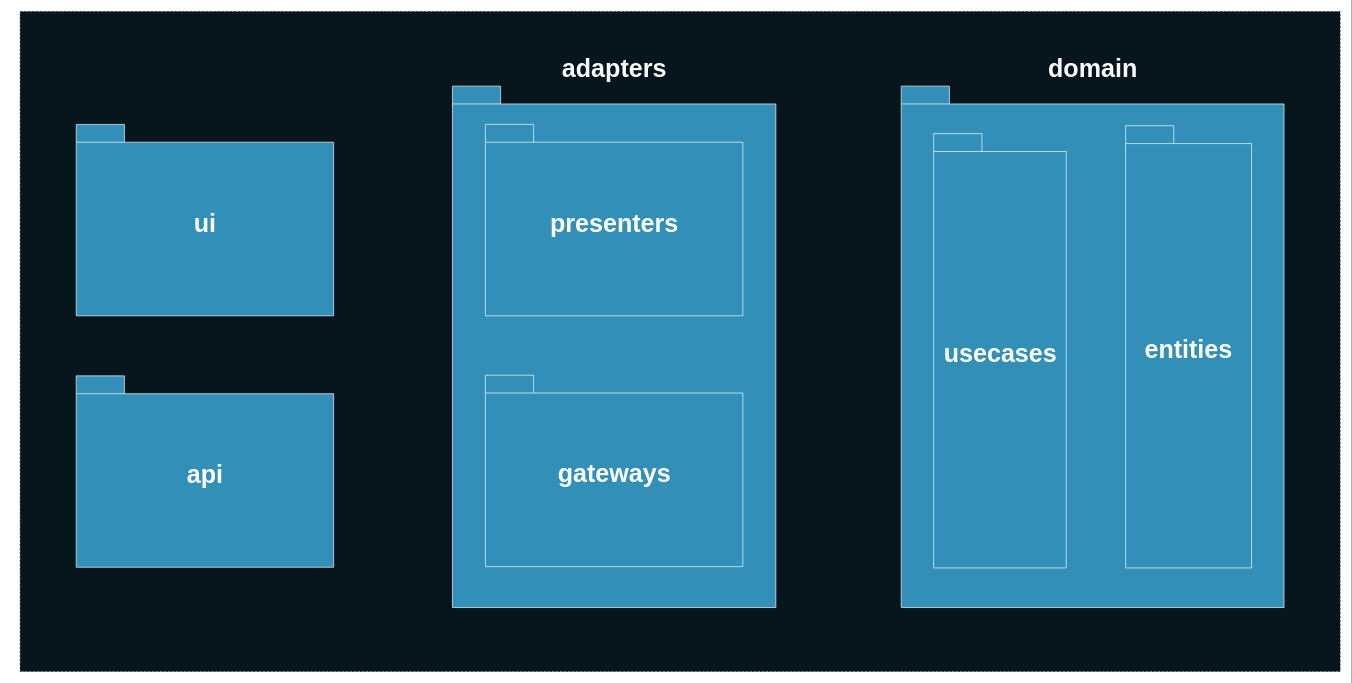
The draw.io diagram deck/ru/diagrams/packages.drawio in AlexanderLapygin/ca-react-rest-api-starter, before the edit. Source tidied: cells renumbered, new cells numbered last; positions are measured from the earlier drawing's top-left corner, leaving out a move shared by most shapes. Both pictures are drawn from the tidied source at 66%, with x=0, y=0 at pixel (20, 11).
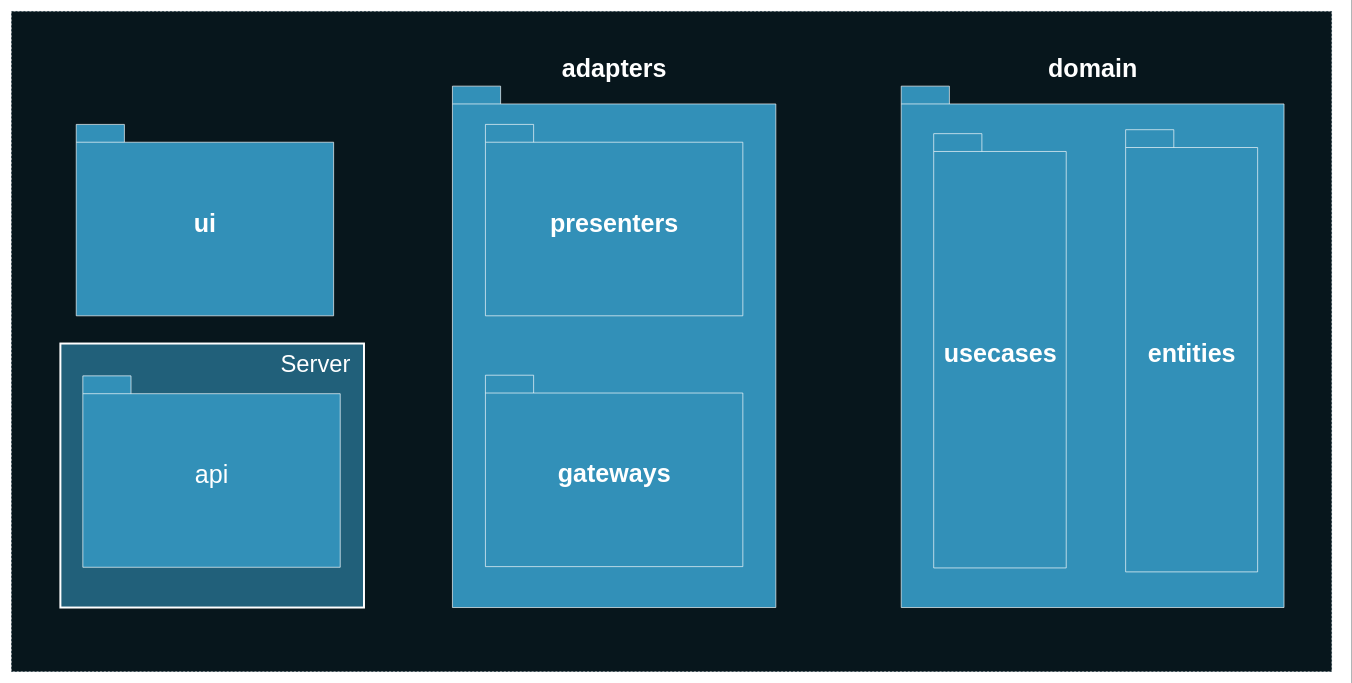
The same page after the edit.

Diff of the diagram source:
```diff
@@
 <mxGraphModel background="#ffffff">
   <root>
     <mxCell id="0" />
     <mxCell id="1" parent="0" />
     <mxCell id="2" style="rounded=0;whiteSpace=wrap;html=1;fillColor=#07161C;fontSize=30;fontColor=#FFFFFF;strokeColor=#0C242E;dashed=1;" parent="1" vertex="1">
-      <mxGeometry y="-0.1" width="2000" height="1000" as="geometry" />
+      <mxGeometry x="-13" y="-0.1" width="2000" height="1000" as="geometry" />
     </mxCell>
     <mxCell id="3" value="&lt;font color=&quot;#ffffff&quot; style=&quot;font-size: 38px&quot;&gt;ui&lt;/font&gt;" style="shape=folder;fontStyle=1;spacingTop=10;tabWidth=73;tabHeight=27;tabPosition=left;html=1;strokeColor=#FFFFFF;fillColor=#3290B8;" parent="1" vertex="1">
       <mxGeometry x="85" y="171" width="390" height="290" as="geometry" />
     </mxCell>
-    <mxCell id="4" value="&lt;font color=&quot;#ffffff&quot; style=&quot;font-size: 38px&quot;&gt;api&lt;/font&gt;" style="shape=folder;fontStyle=1;spacingTop=10;tabWidth=73;tabHeight=27;tabPosition=left;html=1;strokeColor=#FFFFFF;fillColor=#3290B8;" parent="1" vertex="1">
-      <mxGeometry x="85" y="552" width="390" height="290" as="geometry" />
-    </mxCell>
     <mxCell id="5" style="group;" parent="1" vertex="1">
       <mxGeometry x="655" y="113" width="490" height="790" as="geometry" />
     </mxCell>
     <mxCell id="6" value="&lt;font color=&quot;#ffffff&quot; style=&quot;font-size: 38px&quot;&gt;adapters&lt;/font&gt;" style="shape=folder;fontStyle=1;spacingTop=10;tabWidth=73;tabHeight=27;tabPosition=left;html=1;strokeColor=#FFFFFF;fillColor=#3290B8;labelPosition=center;verticalLabelPosition=top;align=center;verticalAlign=bottom;" parent="5" vertex="1">
       <mxGeometry width="490" height="790" as="geometry" />
     </mxCell>
     <mxCell id="7" value="&lt;font color=&quot;#ffffff&quot; style=&quot;font-size: 38px&quot;&gt;presenters&lt;/font&gt;" style="shape=folder;fontStyle=1;spacingTop=10;tabWidth=73;tabHeight=27;tabPosition=left;html=1;strokeColor=#FFFFFF;fillColor=#3290B8;" parent="5" vertex="1">
       <mxGeometry x="50" y="58" width="390" height="290" as="geometry" />
     </mxCell>
     <mxCell id="8" value="&lt;font color=&quot;#ffffff&quot; style=&quot;font-size: 38px&quot;&gt;gateways&lt;/font&gt;" style="shape=folder;fontStyle=1;spacingTop=10;tabWidth=73;tabHeight=27;tabPosition=left;html=1;strokeColor=#FFFFFF;fillColor=#3290B8;" parent="5" vertex="1">
       <mxGeometry x="50" y="438" width="390" height="290" as="geometry" />
     </mxCell>
     <mxCell id="9" style="group;" parent="1" vertex="1">
       <mxGeometry x="1335" y="113" width="580" height="790" as="geometry" />
     </mxCell>
     <mxCell id="10" value="&lt;font color=&quot;#ffffff&quot; style=&quot;font-size: 38px&quot;&gt;domain&lt;/font&gt;" style="shape=folder;fontStyle=1;spacingTop=10;tabWidth=73;tabHeight=27;tabPosition=left;html=1;strokeColor=#FFFFFF;fillColor=#3290B8;labelPosition=center;verticalLabelPosition=top;align=center;verticalAlign=bottom;" parent="9" vertex="1">
       <mxGeometry width="580" height="790" as="geometry" />
     </mxCell>
     <mxCell id="11" value="&lt;font color=&quot;#ffffff&quot; style=&quot;font-size: 38px&quot;&gt;entities&lt;/font&gt;" style="shape=folder;fontStyle=1;spacingTop=10;tabWidth=73;tabHeight=27;tabPosition=left;html=1;strokeColor=#FFFFFF;fillColor=#3290B8;" parent="9" vertex="1">
-      <mxGeometry x="340" y="60" width="190.8" height="670" as="geometry" />
+      <mxGeometry x="340" y="66" width="200" height="670" as="geometry" />
     </mxCell>
     <mxCell id="12" value="&lt;font color=&quot;#ffffff&quot; style=&quot;font-size: 38px&quot;&gt;usecases&lt;/font&gt;" style="shape=folder;fontStyle=1;spacingTop=10;tabWidth=73;tabHeight=27;tabPosition=left;html=1;strokeColor=#FFFFFF;fillColor=#3290B8;" parent="9" vertex="1">
       <mxGeometry x="49.2" y="72" width="200.8" height="658" as="geometry" />
     </mxCell>
+    <mxCell id="13" style="group;" parent="1" vertex="1">
+      <mxGeometry x="61" y="503" width="460" height="400" as="geometry" />
+    </mxCell>
+    <mxCell id="14" style="rounded=0;whiteSpace=wrap;html=1;strokeColor=#FFFFFF;strokeWidth=3;fillColor=#21607A;fontSize=23;fontColor=#FFFFFF;" parent="13" vertex="1">
+      <mxGeometry width="460" height="400" as="geometry" />
+    </mxCell>
+    <mxCell id="4" value="&lt;font color=&quot;#ffffff&quot; style=&quot;font-size: 38px ; font-weight: normal&quot;&gt;api&lt;/font&gt;" style="shape=folder;fontStyle=1;spacingTop=10;tabWidth=73;tabHeight=27;tabPosition=left;html=1;strokeColor=#FFFFFF;fillColor=#3290B8;" parent="13" vertex="1">
+      <mxGeometry x="34" y="49" width="390" height="290" as="geometry" />
+    </mxCell>
+    <mxCell id="15" value="Server" style="text;html=1;strokeColor=none;fillColor=none;align=center;verticalAlign=middle;whiteSpace=wrap;rounded=0;fontSize=36;fontColor=#FFFFFF;fontStyle=0;" parent="13" vertex="1">
+      <mxGeometry x="327" y="21" width="120" height="20" as="geometry" />
+    </mxCell>
   </root>
 </mxGraphModel>
```
